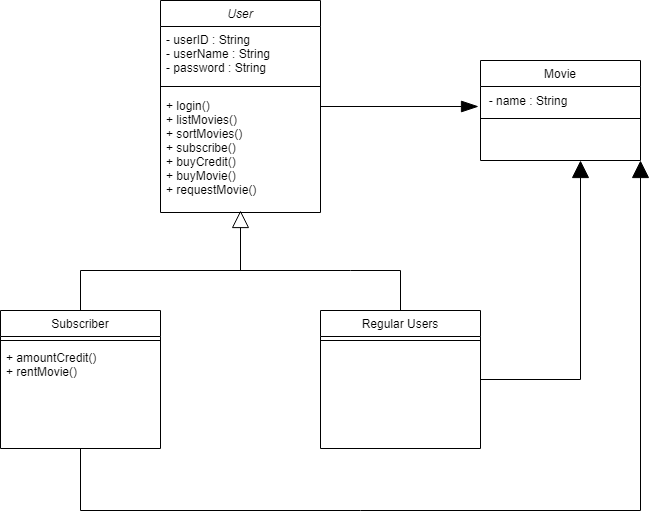
The draw.io diagram Online-Film-Sistemi/Online-Film-Sistemi.drawio.png in ali10emre/UML-Class-Diagram-Exercises, before a commit. Source tidied: cells renumbered, new cells last; positions are measured from the earlier drawing's top-left corner, leaving out a move shared by most shapes.
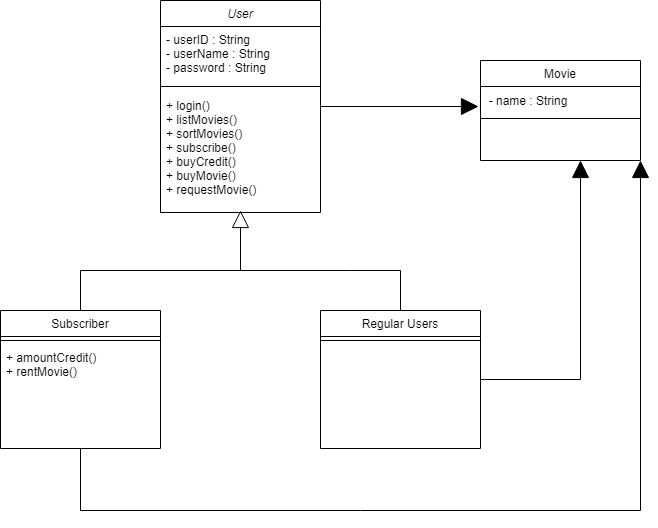
After the change.

What changed in the source:
```diff
@@ -2,7 +2,7 @@
   <root>
     <mxCell id="0" />
     <mxCell id="1" parent="0" />
-    <mxCell id="2" style="edgeStyle=orthogonalEdgeStyle;rounded=0;jettySize=auto;html=1;endArrow=blockThin;endFill=1;endSize=15;" parent="1" edge="1" source="3">
+    <mxCell id="2" style="edgeStyle=orthogonalEdgeStyle;rounded=0;jettySize=auto;html=1;endArrow=block;endFill=1;endSize=15;" parent="1" edge="1" source="3">
       <mxGeometry relative="1" as="geometry">
         <mxPoint x="478" y="106" as="targetPoint" />
       </mxGeometry>
```
